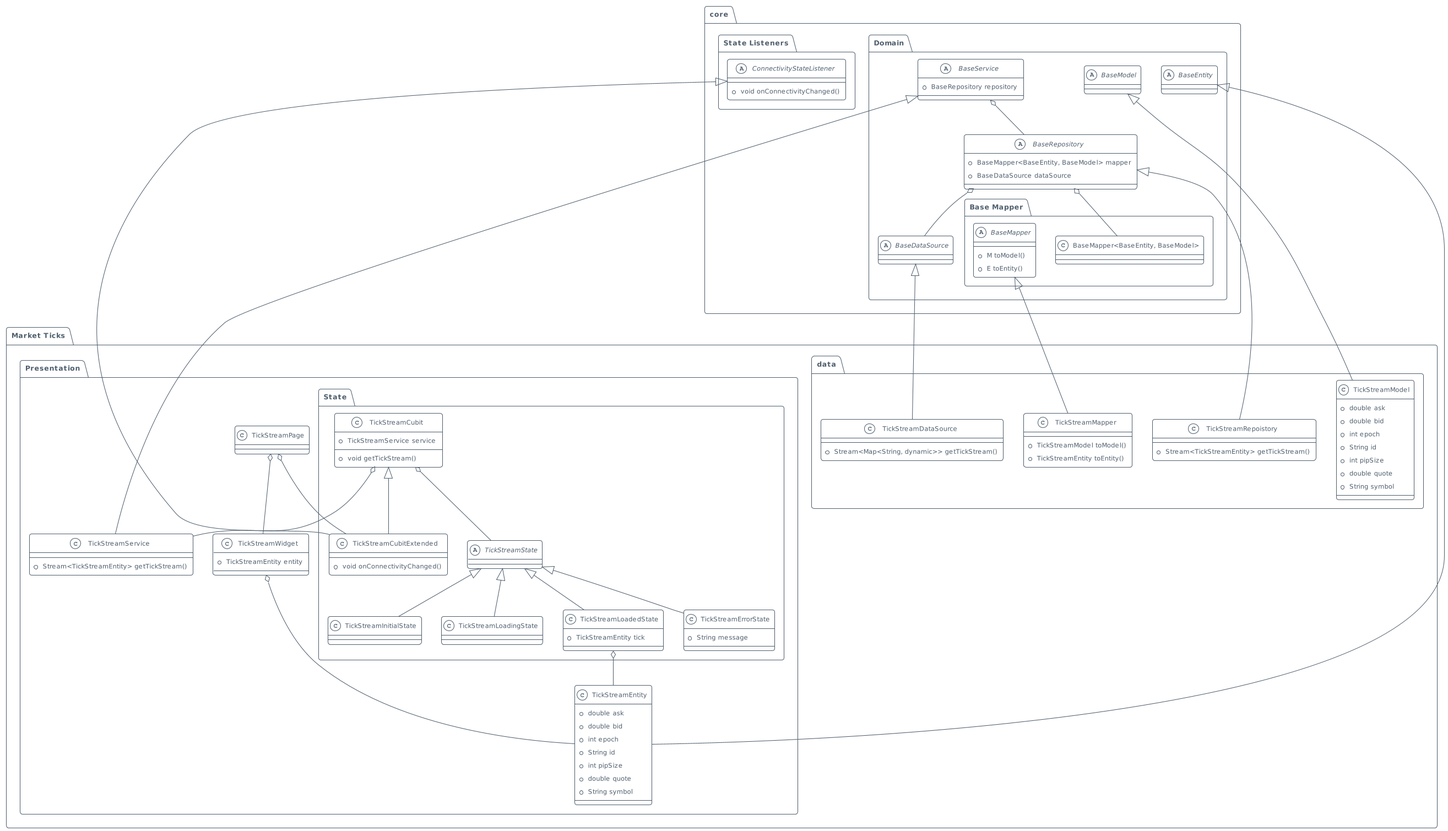
The PlantUML diagram diagram.png in hamed-rezaee/flutter_component_architecture_poc, before a commit.
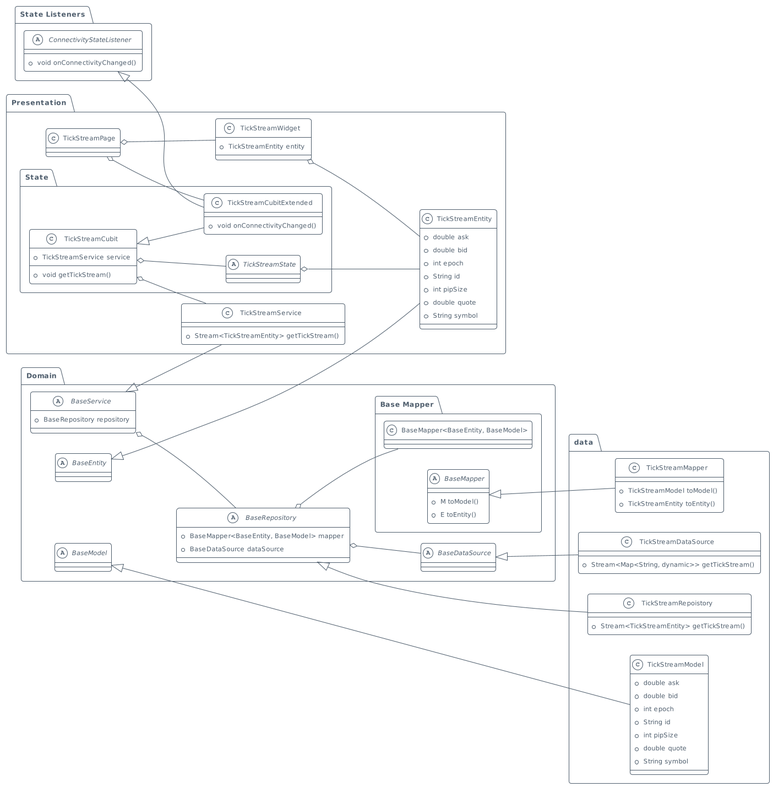
Above is the later version.

The edit, as a diff of the source:
```diff
@@ -4,45 +4,47 @@
 
 set namespaceSeparator ::
 
-abstract class "core::State Listeners::ConnectivityStateListener" {
+left to right direction
+
+abstract class "State Listeners::ConnectivityStateListener" {
   +void onConnectivityChanged()
 }
 
-abstract class "core::Domain::BaseRepository" {
+abstract class "Domain::BaseRepository" {
   +BaseMapper<BaseEntity, BaseModel> mapper
   +BaseDataSource dataSource
 }
 
-"core::Domain::BaseRepository" o-- "core::Domain::Base Mapper::BaseMapper<BaseEntity, BaseModel>"
-"core::Domain::BaseRepository" o-- "core::Domain::BaseDataSource"
+"Domain::BaseRepository" o-- "Domain::Base Mapper::BaseMapper<BaseEntity, BaseModel>"
+"Domain::BaseRepository" o-- "Domain::BaseDataSource"
 
-abstract class "core::Domain::Base Mapper::BaseMapper" {
+abstract class "Domain::Base Mapper::BaseMapper" {
   +M toModel()
   +E toEntity()
 }
 
-abstract class "core::Domain::BaseModel" {
+abstract class "Domain::BaseModel" {
 }
 
-abstract class "core::Domain::::BaseService" {
+abstract class "Domain::::BaseService" {
   +BaseRepository repository
 }
 
-"core::Domain::::BaseService" o-- "core::Domain::BaseRepository"
+"Domain::::BaseService" o-- "Domain::BaseRepository"
 
-abstract class "core::Domain::BaseDataSource" {
+abstract class "Domain::BaseDataSource" {
 }
 
-abstract class "core::Domain::BaseEntity" {
+abstract class "Domain::BaseEntity" {
 }
 
-class "Market Ticks::data::TickStreamRepoistory" {
+class "data::TickStreamRepoistory" {
   +Stream<TickStreamEntity> getTickStream()
 }
 
-"core::Domain::BaseRepository" <|-- "Market Ticks::data::TickStreamRepoistory"
+"Domain::BaseRepository" <|-- "data::TickStreamRepoistory"
 
-class "Market Ticks::data::TickStreamModel" {
+class "data::TickStreamModel" {
   +double ask
   +double bid
   +int epoch
@@ -52,41 +54,41 @@
   +String symbol
 }
 
-"core::Domain::BaseModel" <|-- "Market Ticks::data::TickStreamModel"
+"Domain::BaseModel" <|-- "data::TickStreamModel"
 
-class "Market Ticks::data::TickStreamMapper" {
+class "data::TickStreamMapper" {
   +TickStreamModel toModel()
   +TickStreamEntity toEntity()
 }
 
-"core::Domain::Base Mapper::BaseMapper" <|-- "Market Ticks::data::TickStreamMapper"
+"Domain::Base Mapper::BaseMapper" <|-- "data::TickStreamMapper"
 
-class "Market Ticks::data::TickStreamDataSource" {
+class "data::TickStreamDataSource" {
   +Stream<Map<String, dynamic>> getTickStream()
 }
 
-"core::Domain::BaseDataSource" <|-- "Market Ticks::data::TickStreamDataSource"
+"Domain::BaseDataSource" <|-- "data::TickStreamDataSource"
 
-class "Market Ticks::Presentation::TickStreamService" {
+class "Presentation::TickStreamService" {
   +Stream<TickStreamEntity> getTickStream()
 }
 
-"core::Domain::::BaseService" <|-- "Market Ticks::Presentation::TickStreamService"
+"Domain::::BaseService" <|-- "Presentation::TickStreamService"
 
-class "Market Ticks::Presentation::TickStreamWidget" {
+class "Presentation::TickStreamWidget" {
   +TickStreamEntity entity
 }
 
-"Market Ticks::Presentation::TickStreamWidget" o-- "Market Ticks::Presentation::TickStreamEntity"
+"Presentation::TickStreamWidget" o-- "Presentation::TickStreamEntity"
 
-class "Market Ticks::Presentation::State::TickStreamCubitExtended" {
+class "Presentation::State::TickStreamCubitExtended" {
   +void onConnectivityChanged()
 }
 
-"Market Ticks::Presentation::State::TickStreamCubit" <|-- "Market Ticks::Presentation::State::TickStreamCubitExtended"
-"core::State Listeners::ConnectivityStateListener" <|-- "Market Ticks::Presentation::State::TickStreamCubitExtended"
+"Presentation::State::TickStreamCubit" <|-- "Presentation::State::TickStreamCubitExtended"
+"State Listeners::ConnectivityStateListener" <|-- "Presentation::State::TickStreamCubitExtended"
 
-class "Market Ticks::Presentation::TickStreamEntity" {
+class "Presentation::TickStreamEntity" {
   +double ask
   +double bid
   +int epoch
@@ -96,46 +98,25 @@
   +String symbol
 }
 
-"core::Domain::BaseEntity" <|-- "Market Ticks::Presentation::TickStreamEntity"
+"Domain::BaseEntity" <|-- "Presentation::TickStreamEntity"
 
-class "Market Ticks::Presentation::State::TickStreamCubit" {
+class "Presentation::State::TickStreamCubit" {
   +TickStreamService service
   +void getTickStream()
 }
 
-"Market Ticks::Presentation::State::TickStreamCubit" o-- "Market Ticks::Presentation::TickStreamService"
+"Presentation::State::TickStreamCubit" o-- "Presentation::TickStreamService"
 
-abstract class "Market Ticks::Presentation::State::TickStreamState" {
+abstract class "Presentation::State::TickStreamState" {
 }
 
-class "Market Ticks::Presentation::State::TickStreamInitialState" {
+"Presentation::State::TickStreamState" o-- "Presentation::TickStreamEntity"
+
+class "Presentation::TickStreamPage" {
 }
 
-"Market Ticks::Presentation::State::TickStreamState" <|-- "Market Ticks::Presentation::State::TickStreamInitialState"
+"Presentation::TickStreamPage" o-- "Presentation::TickStreamWidget"
+"Presentation::TickStreamPage" o-- "Presentation::State::TickStreamCubitExtended"
 
-class "Market Ticks::Presentation::State::TickStreamLoadingState" {
-}
-
-"Market Ticks::Presentation::State::TickStreamState" <|-- "Market Ticks::Presentation::State::TickStreamLoadingState"
-
-class "Market Ticks::Presentation::State::TickStreamLoadedState" {
-  +TickStreamEntity tick
-}
-
-"Market Ticks::Presentation::State::TickStreamLoadedState" o-- "Market Ticks::Presentation::TickStreamEntity"
-"Market Ticks::Presentation::State::TickStreamState" <|-- "Market Ticks::Presentation::State::TickStreamLoadedState"
-
-class "Market Ticks::Presentation::State::TickStreamErrorState" {
-  +String message
-}
-
-"Market Ticks::Presentation::State::TickStreamState" <|-- "Market Ticks::Presentation::State::TickStreamErrorState"
-
-class "Market Ticks::Presentation::TickStreamPage" {
-}
-
-"Market Ticks::Presentation::TickStreamPage" o-- "Market Ticks::Presentation::TickStreamWidget"
-"Market Ticks::Presentation::TickStreamPage" o-- "Market Ticks::Presentation::State::TickStreamCubitExtended"
-
-"Market Ticks::Presentation::State::TickStreamCubit" o-- "Market Ticks::Presentation::State::TickStreamState"
+"Presentation::State::TickStreamCubit" o-- "Presentation::State::TickStreamState"
 @enduml
```
